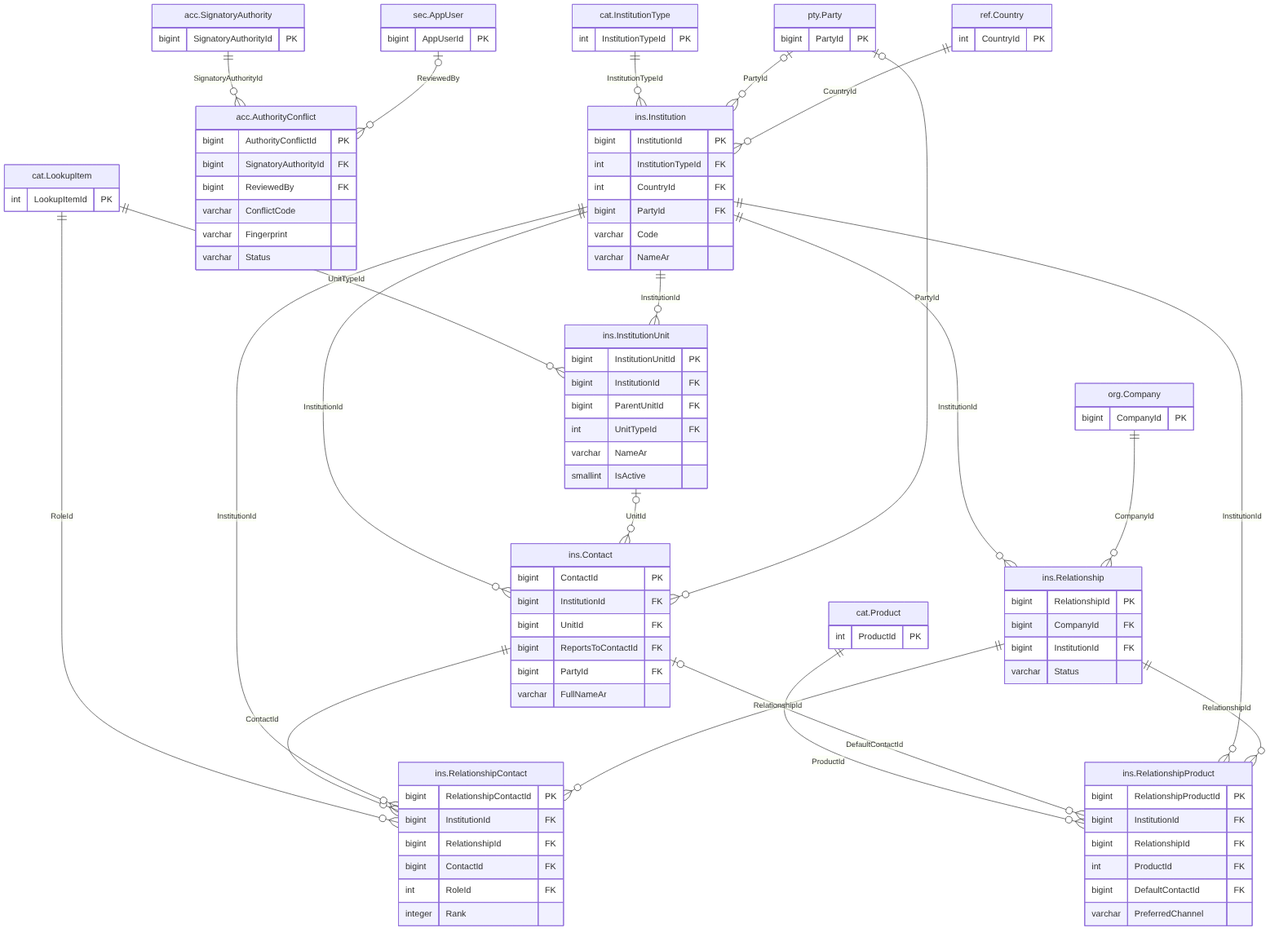
Above: treasury-platform/docs/diagrams/erd/m2_3_institutions_1.png in thawrasy/smartlines (Mermaid), before the change. Its source is kept beside it as treasury-platform/docs/diagrams/erd/m2_3_institutions_1.mmd. Its diagram source:
```mermaid
erDiagram
  ins_Contact["ins.Contact"] {
    bigint ContactId PK
    bigint InstitutionId FK
    bigint UnitId FK
    bigint ReportsToContactId FK
    bigint PartyId FK
    varchar FullNameAr
  }
  ins_Institution["ins.Institution"] {
    bigint InstitutionId PK
    int InstitutionTypeId FK
    int CountryId FK
    bigint PartyId FK
    varchar Code
    varchar NameAr
  }
  ins_InstitutionUnit["ins.InstitutionUnit"] {
    bigint InstitutionUnitId PK
    bigint InstitutionId FK
    bigint ParentUnitId FK
    int UnitTypeId FK
    varchar NameAr
    smallint IsActive
  }
  ins_Relationship["ins.Relationship"] {
    bigint RelationshipId PK
    bigint CompanyId FK
    bigint InstitutionId FK
    varchar Status
  }
  ins_RelationshipContact["ins.RelationshipContact"] {
    bigint RelationshipContactId PK
    bigint InstitutionId FK
    bigint RelationshipId FK
    bigint ContactId FK
    int RoleId FK
    integer Rank
  }
  ins_RelationshipProduct["ins.RelationshipProduct"] {
    bigint RelationshipProductId PK
    bigint InstitutionId FK
    bigint RelationshipId FK
    int ProductId FK
    bigint DefaultContactId FK
    varchar PreferredChannel
  }
  acc_AuthorityConflict["acc.AuthorityConflict"] {
    bigint AuthorityConflictId PK
    bigint SignatoryAuthorityId FK
    bigint ReviewedBy FK
    varchar ConflictCode
    varchar Fingerprint
    varchar Status
  }
  acc_SignatoryAuthority["acc.SignatoryAuthority"] {
    bigint SignatoryAuthorityId PK
  }
  cat_InstitutionType["cat.InstitutionType"] {
    int InstitutionTypeId PK
  }
  cat_LookupItem["cat.LookupItem"] {
    int LookupItemId PK
  }
  cat_Product["cat.Product"] {
    int ProductId PK
  }
  org_Company["org.Company"] {
    bigint CompanyId PK
  }
  pty_Party["pty.Party"] {
    bigint PartyId PK
  }
  ref_Country["ref.Country"] {
    int CountryId PK
  }
  sec_AppUser["sec.AppUser"] {
    bigint AppUserId PK
  }
  acc_SignatoryAuthority ||--o{ acc_AuthorityConflict : "SignatoryAuthorityId"
  cat_InstitutionType ||--o{ ins_Institution : "InstitutionTypeId"
  cat_LookupItem ||--o{ ins_InstitutionUnit : "UnitTypeId"
  cat_LookupItem ||--o{ ins_RelationshipContact : "RoleId"
  cat_Product ||--o{ ins_RelationshipProduct : "ProductId"
  ins_Contact ||--o{ ins_RelationshipContact : "ContactId"
  ins_Contact |o--o{ ins_RelationshipProduct : "DefaultContactId"
  ins_Institution ||--o{ ins_Contact : "InstitutionId"
  ins_Institution ||--o{ ins_InstitutionUnit : "InstitutionId"
  ins_Institution ||--o{ ins_Relationship : "InstitutionId"
  ins_Institution ||--o{ ins_RelationshipContact : "InstitutionId"
  ins_Institution ||--o{ ins_RelationshipProduct : "InstitutionId"
  ins_InstitutionUnit |o--o{ ins_Contact : "UnitId"
  ins_Relationship ||--o{ ins_RelationshipContact : "RelationshipId"
  ins_Relationship ||--o{ ins_RelationshipProduct : "RelationshipId"
  org_Company ||--o{ ins_Relationship : "CompanyId"
  pty_Party |o--o{ ins_Contact : "PartyId"
  pty_Party |o--o{ ins_Institution : "PartyId"
  ref_Country ||--o{ ins_Institution : "CountryId"
  sec_AppUser |o--o{ acc_AuthorityConflict : "ReviewedBy"
```
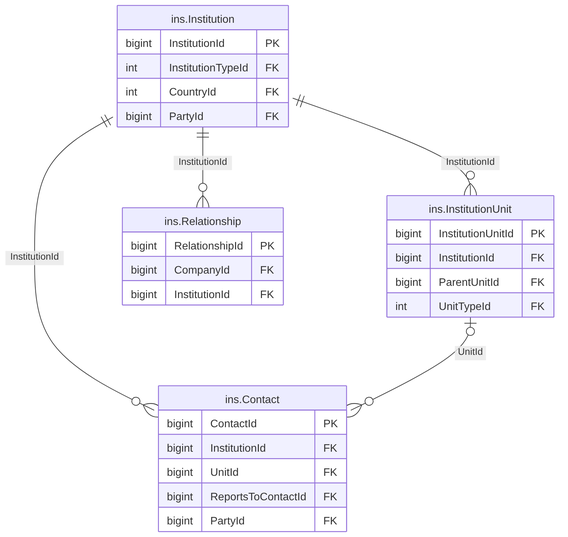
The same diagram one commit later.

Diff of the diagram source:
```diff
@@ -5,95 +5,25 @@
     bigint UnitId FK
     bigint ReportsToContactId FK
     bigint PartyId FK
-    varchar FullNameAr
   }
   ins_Institution["ins.Institution"] {
     bigint InstitutionId PK
     int InstitutionTypeId FK
     int CountryId FK
     bigint PartyId FK
-    varchar Code
-    varchar NameAr
   }
   ins_InstitutionUnit["ins.InstitutionUnit"] {
     bigint InstitutionUnitId PK
     bigint InstitutionId FK
     bigint ParentUnitId FK
     int UnitTypeId FK
-    varchar NameAr
-    smallint IsActive
   }
   ins_Relationship["ins.Relationship"] {
     bigint RelationshipId PK
     bigint CompanyId FK
     bigint InstitutionId FK
-    varchar Status
   }
-  ins_RelationshipContact["ins.RelationshipContact"] {
-    bigint RelationshipContactId PK
-    bigint InstitutionId FK
-    bigint RelationshipId FK
-    bigint ContactId FK
-    int RoleId FK
-    integer Rank
-  }
-  ins_RelationshipProduct["ins.RelationshipProduct"] {
-    bigint RelationshipProductId PK
-    bigint InstitutionId FK
-    bigint RelationshipId FK
-    int ProductId FK
-    bigint DefaultContactId FK
-    varchar PreferredChannel
-  }
-  acc_AuthorityConflict["acc.AuthorityConflict"] {
-    bigint AuthorityConflictId PK
-    bigint SignatoryAuthorityId FK
-    bigint ReviewedBy FK
-    varchar ConflictCode
-    varchar Fingerprint
-    varchar Status
-  }
-  acc_SignatoryAuthority["acc.SignatoryAuthority"] {
-    bigint SignatoryAuthorityId PK
-  }
-  cat_InstitutionType["cat.InstitutionType"] {
-    int InstitutionTypeId PK
-  }
-  cat_LookupItem["cat.LookupItem"] {
-    int LookupItemId PK
-  }
-  cat_Product["cat.Product"] {
-    int ProductId PK
-  }
-  org_Company["org.Company"] {
-    bigint CompanyId PK
-  }
-  pty_Party["pty.Party"] {
-    bigint PartyId PK
-  }
-  ref_Country["ref.Country"] {
-    int CountryId PK
-  }
-  sec_AppUser["sec.AppUser"] {
-    bigint AppUserId PK
-  }
-  acc_SignatoryAuthority ||--o{ acc_AuthorityConflict : "SignatoryAuthorityId"
-  cat_InstitutionType ||--o{ ins_Institution : "InstitutionTypeId"
-  cat_LookupItem ||--o{ ins_InstitutionUnit : "UnitTypeId"
-  cat_LookupItem ||--o{ ins_RelationshipContact : "RoleId"
-  cat_Product ||--o{ ins_RelationshipProduct : "ProductId"
-  ins_Contact ||--o{ ins_RelationshipContact : "ContactId"
-  ins_Contact |o--o{ ins_RelationshipProduct : "DefaultContactId"
   ins_Institution ||--o{ ins_Contact : "InstitutionId"
   ins_Institution ||--o{ ins_InstitutionUnit : "InstitutionId"
   ins_Institution ||--o{ ins_Relationship : "InstitutionId"
-  ins_Institution ||--o{ ins_RelationshipContact : "InstitutionId"
-  ins_Institution ||--o{ ins_RelationshipProduct : "InstitutionId"
   ins_InstitutionUnit |o--o{ ins_Contact : "UnitId"
-  ins_Relationship ||--o{ ins_RelationshipContact : "RelationshipId"
-  ins_Relationship ||--o{ ins_RelationshipProduct : "RelationshipId"
-  org_Company ||--o{ ins_Relationship : "CompanyId"
-  pty_Party |o--o{ ins_Contact : "PartyId"
-  pty_Party |o--o{ ins_Institution : "PartyId"
-  ref_Country ||--o{ ins_Institution : "CountryId"
-  sec_AppUser |o--o{ acc_AuthorityConflict : "ReviewedBy"
```
